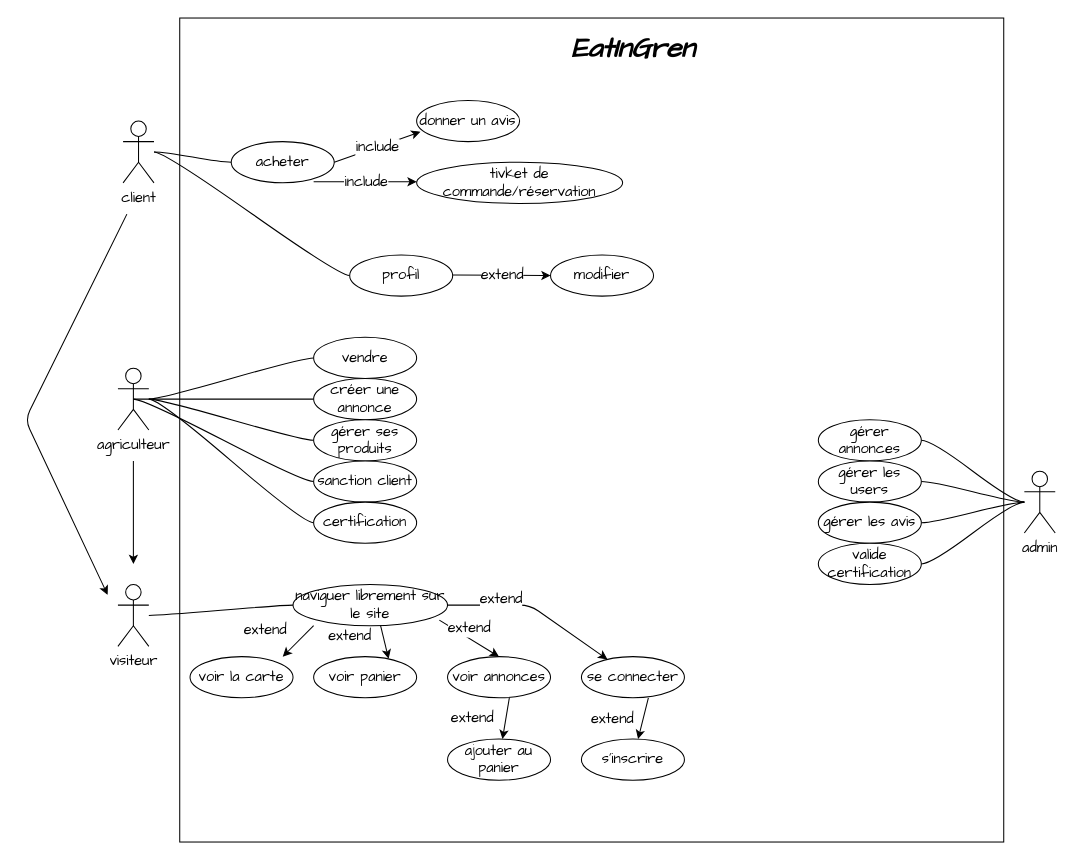
Earlier version of the draw.io diagram docs/uml/DiagrammeUML.drawio (MathisJANKOVIC/EatInGreen). Source tidied: cells renumbered, new cells numbered last; positions are measured from the earlier drawing's top-left corner, leaving out a move shared by most shapes. Both pictures are drawn from the tidied source at 103%, with x=0, y=0 at pixel (25, 18).
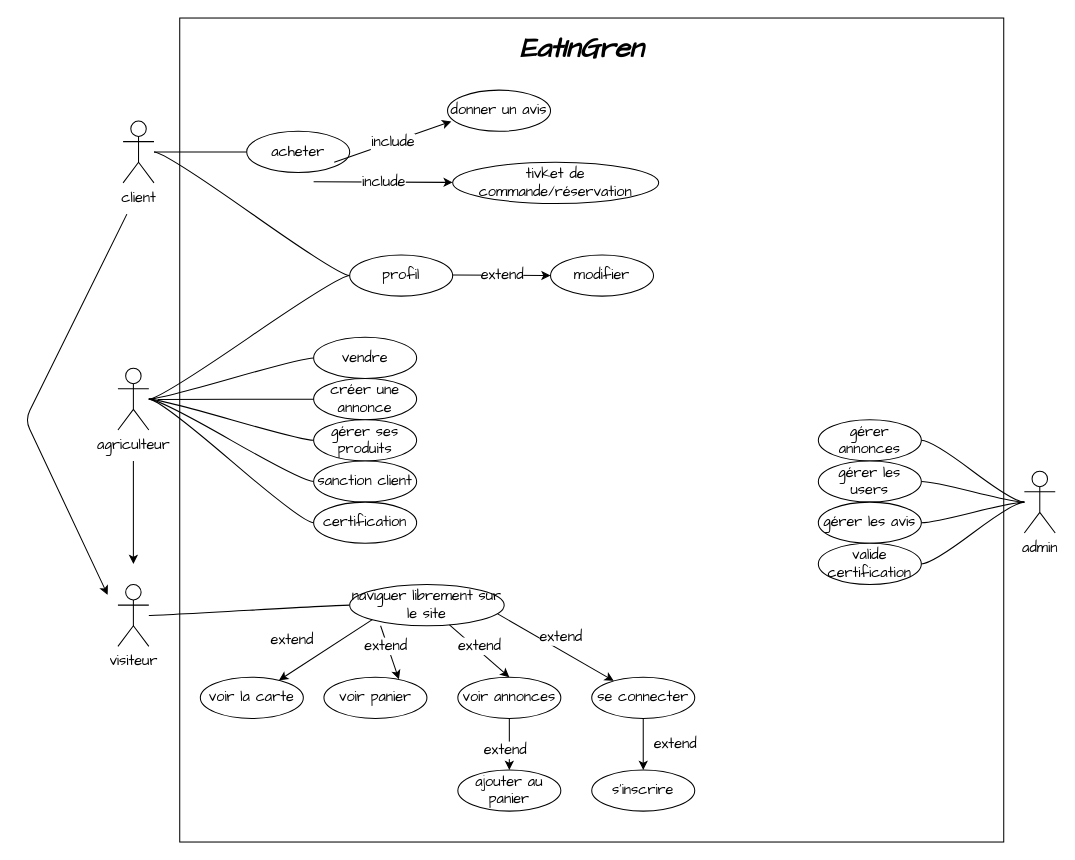
After the change.

Commit message:
error fix on the UML diagramme

The change refers to these unchanged cells:
```xml
<mxCell id="6" value="agriculteur" style="shape=umlActor;verticalLabelPosition=bottom;verticalAlign=top;html=1;outlineConnect=0;fontFamily=Comic Sans MS;fontSize=14;" parent="1" vertex="1">
  <mxGeometry x="90" y="340" width="30" height="60" as="geometry" />
</mxCell>
<mxCell id="17" value="profil" style="ellipse;whiteSpace=wrap;html=1;align=center;newEdgeStyle={&quot;edgeStyle&quot;:&quot;entityRelationEdgeStyle&quot;,&quot;startArrow&quot;:&quot;none&quot;,&quot;endArrow&quot;:&quot;none&quot;,&quot;segment&quot;:10,&quot;curved&quot;:1,&quot;sourcePerimeterSpacing&quot;:0,&quot;targetPerimeterSpacing&quot;:0};fontFamily=Comic Sans MS;fontSize=14;" parent="1" vertex="1">
  <mxGeometry x="315" y="230" width="100" height="40" as="geometry" />
</mxCell>
<mxCell id="24" value="créer une annonce" style="ellipse;whiteSpace=wrap;html=1;align=center;newEdgeStyle={&quot;edgeStyle&quot;:&quot;entityRelationEdgeStyle&quot;,&quot;startArrow&quot;:&quot;none&quot;,&quot;endArrow&quot;:&quot;none&quot;,&quot;segment&quot;:10,&quot;curved&quot;:1,&quot;sourcePerimeterSpacing&quot;:0,&quot;targetPerimeterSpacing&quot;:0};fontFamily=Comic Sans MS;fontSize=14;" parent="1" vertex="1">
  <mxGeometry x="280" y="350" width="100" height="40" as="geometry" />
</mxCell>
<mxCell id="28" value="sanction client" style="ellipse;whiteSpace=wrap;html=1;align=center;newEdgeStyle={&quot;edgeStyle&quot;:&quot;entityRelationEdgeStyle&quot;,&quot;startArrow&quot;:&quot;none&quot;,&quot;endArrow&quot;:&quot;none&quot;,&quot;segment&quot;:10,&quot;curved&quot;:1,&quot;sourcePerimeterSpacing&quot;:0,&quot;targetPerimeterSpacing&quot;:0};fontFamily=Comic Sans MS;fontSize=14;" parent="1" vertex="1">
  <mxGeometry x="280" y="430" width="100" height="40" as="geometry" />
</mxCell>
<mxCell id="41" style="endArrow=classic;html=1;fontFamily=Comic Sans MS;fontSize=14;entryX=0.728;entryY=0.05;entryDx=0;entryDy=0;entryPerimeter=0;" parent="1" edge="1" target="34">
  <mxGeometry relative="1" as="geometry">
    <mxPoint x="345" y="590" as="sourcePoint" />
  </mxGeometry>
</mxCell>
```

Diff of the diagram source:
```diff
@@
     <mxCell id="9" value="acheter" style="ellipse;whiteSpace=wrap;html=1;align=center;newEdgeStyle={&quot;edgeStyle&quot;:&quot;entityRelationEdgeStyle&quot;,&quot;startArrow&quot;:&quot;none&quot;,&quot;endArrow&quot;:&quot;none&quot;,&quot;segment&quot;:10,&quot;curved&quot;:1,&quot;sourcePerimeterSpacing&quot;:0,&quot;targetPerimeterSpacing&quot;:0};fontFamily=Comic Sans MS;fontSize=14;" parent="1" vertex="1">
-      <mxGeometry x="200" y="120" width="100" height="40" as="geometry" />
+      <mxGeometry x="215" y="110" width="100" height="40" as="geometry" />
     </mxCell>
     <mxCell id="10" value="donner un avis" style="ellipse;whiteSpace=wrap;html=1;align=center;newEdgeStyle={&quot;edgeStyle&quot;:&quot;entityRelationEdgeStyle&quot;,&quot;startArrow&quot;:&quot;none&quot;,&quot;endArrow&quot;:&quot;none&quot;,&quot;segment&quot;:10,&quot;curved&quot;:1,&quot;sourcePerimeterSpacing&quot;:0,&quot;targetPerimeterSpacing&quot;:0};fontFamily=Comic Sans MS;fontSize=14;" parent="1" vertex="1">
-      <mxGeometry x="380" y="80" width="100" height="40" as="geometry" />
+      <mxGeometry x="410" y="70" width="100" height="40" as="geometry" />
     </mxCell>
     <mxCell id="11" value="tivket de commande/réservation" style="ellipse;whiteSpace=wrap;html=1;align=center;newEdgeStyle={&quot;edgeStyle&quot;:&quot;entityRelationEdgeStyle&quot;,&quot;startArrow&quot;:&quot;none&quot;,&quot;endArrow&quot;:&quot;none&quot;,&quot;segment&quot;:10,&quot;curved&quot;:1,&quot;sourcePerimeterSpacing&quot;:0,&quot;targetPerimeterSpacing&quot;:0};fontFamily=Comic Sans MS;fontSize=14;" parent="1" vertex="1">
-      <mxGeometry x="380" y="140" width="200" height="40" as="geometry" />
+      <mxGeometry x="415" y="140" width="200" height="40" as="geometry" />
     </mxCell>
@@
-    <mxCell id="14" style="endArrow=classic;html=1;fontFamily=Comic Sans MS;fontSize=14;" parent="1" edge="1">
+    <mxCell id="14" style="endArrow=classic;html=1;fontFamily=Comic Sans MS;fontSize=14;" parent="1" edge="1" target="11">
       <mxGeometry relative="1" as="geometry">
         <mxPoint x="280" y="159" as="sourcePoint" />
-        <mxPoint x="380" y="159" as="targetPoint" />
       </mxGeometry>
     </mxCell>
@@
+    <mxCell id="61" style="edgeStyle=entityRelationEdgeStyle;html=1;startArrow=none;endArrow=none;segment=10;curved=1;sourcePerimeterSpacing=0;targetPerimeterSpacing=0;exitX=0;exitY=0.5;exitDx=0;exitDy=0;fontFamily=Comic Sans MS;fontSize=14;" parent="1" edge="1" source="17" target="6">
+      <mxGeometry relative="1" as="geometry" />
+    </mxCell>
@@
-    <mxCell id="23" style="edgeStyle=entityRelationEdgeStyle;html=1;startArrow=none;endArrow=none;segment=10;curved=1;sourcePerimeterSpacing=0;targetPerimeterSpacing=0;exitX=0;exitY=0.5;exitDx=0;exitDy=0;entryX=0.5;entryY=0.5;entryDx=0;entryDy=0;entryPerimeter=0;fontFamily=Comic Sans MS;fontSize=14;" parent="1" edge="1" source="24" target="6">
-      <mxGeometry relative="1" as="geometry" />
-    </mxCell>
+    <mxCell id="62" style="edgeStyle=entityRelationEdgeStyle;html=1;startArrow=none;endArrow=none;segment=10;curved=1;sourcePerimeterSpacing=0;targetPerimeterSpacing=0;exitX=0;exitY=0.5;exitDx=0;exitDy=0;fontFamily=Comic Sans MS;fontSize=14;" parent="1" edge="1" source="24">
+      <mxGeometry relative="1" as="geometry">
+        <mxPoint x="130" y="370.3" as="targetPoint" />
+      </mxGeometry>
+    </mxCell>
@@
-    <mxCell id="27" style="edgeStyle=entityRelationEdgeStyle;html=1;startArrow=none;endArrow=none;segment=10;curved=1;sourcePerimeterSpacing=0;targetPerimeterSpacing=0;exitX=0;exitY=0.5;exitDx=0;exitDy=0;entryX=0.5;entryY=0.5;entryDx=0;entryDy=0;entryPerimeter=0;fontFamily=Comic Sans MS;fontSize=14;" parent="1" edge="1" source="28" target="6">
+    <mxCell id="27" style="edgeStyle=entityRelationEdgeStyle;html=1;startArrow=none;endArrow=none;segment=10;curved=1;sourcePerimeterSpacing=0;targetPerimeterSpacing=0;exitX=0;exitY=0.5;exitDx=0;exitDy=0;fontFamily=Comic Sans MS;fontSize=14;" parent="1" edge="1" source="28" target="6">
       <mxGeometry relative="1" as="geometry" />
     </mxCell>
@@
     <mxCell id="32" value="naviguer librement sur le site" style="ellipse;whiteSpace=wrap;html=1;align=center;newEdgeStyle={&quot;edgeStyle&quot;:&quot;entityRelationEdgeStyle&quot;,&quot;startArrow&quot;:&quot;none&quot;,&quot;endArrow&quot;:&quot;none&quot;,&quot;segment&quot;:10,&quot;curved&quot;:1,&quot;sourcePerimeterSpacing&quot;:0,&quot;targetPerimeterSpacing&quot;:0};fontFamily=Comic Sans MS;fontSize=14;" parent="1" vertex="1">
-      <mxGeometry x="260" y="550" width="150" height="40" as="geometry" />
+      <mxGeometry x="315" y="550" width="150" height="40" as="geometry" />
     </mxCell>
     <mxCell id="33" value="voir la carte" style="ellipse;whiteSpace=wrap;html=1;align=center;newEdgeStyle={&quot;edgeStyle&quot;:&quot;entityRelationEdgeStyle&quot;,&quot;startArrow&quot;:&quot;none&quot;,&quot;endArrow&quot;:&quot;none&quot;,&quot;segment&quot;:10,&quot;curved&quot;:1,&quot;sourcePerimeterSpacing&quot;:0,&quot;targetPerimeterSpacing&quot;:0};fontFamily=Comic Sans MS;fontSize=14;" parent="1" vertex="1">
-      <mxGeometry x="160" y="620" width="100" height="40" as="geometry" />
+      <mxGeometry x="170" y="640" width="100" height="40" as="geometry" />
     </mxCell>
     <mxCell id="34" value="voir panier" style="ellipse;whiteSpace=wrap;html=1;align=center;newEdgeStyle={&quot;edgeStyle&quot;:&quot;entityRelationEdgeStyle&quot;,&quot;startArrow&quot;:&quot;none&quot;,&quot;endArrow&quot;:&quot;none&quot;,&quot;segment&quot;:10,&quot;curved&quot;:1,&quot;sourcePerimeterSpacing&quot;:0,&quot;targetPerimeterSpacing&quot;:0};fontFamily=Comic Sans MS;fontSize=14;" parent="1" vertex="1">
-      <mxGeometry x="280" y="620" width="100" height="40" as="geometry" />
+      <mxGeometry x="290" y="640" width="100" height="40" as="geometry" />
     </mxCell>
-    <mxCell id="35" value="voir annonces" style="ellipse;whiteSpace=wrap;html=1;align=center;newEdgeStyle={&quot;edgeStyle&quot;:&quot;entityRelationEdgeStyle&quot;,&quot;startArrow&quot;:&quot;none&quot;,&quot;endArrow&quot;:&quot;none&quot;,&quot;segment&quot;:10,&quot;curved&quot;:1,&quot;sourcePerimeterSpacing&quot;:0,&quot;targetPerimeterSpacing&quot;:0};fontFamily=Comic Sans MS;fontSize=14;" parent="1" vertex="1">
-      <mxGeometry x="410" y="620" width="100" height="40" as="geometry" />
-    </mxCell>
     <mxCell id="36" value="ajouter au panier" style="ellipse;whiteSpace=wrap;html=1;align=center;newEdgeStyle={&quot;edgeStyle&quot;:&quot;entityRelationEdgeStyle&quot;,&quot;startArrow&quot;:&quot;none&quot;,&quot;endArrow&quot;:&quot;none&quot;,&quot;segment&quot;:10,&quot;curved&quot;:1,&quot;sourcePerimeterSpacing&quot;:0,&quot;targetPerimeterSpacing&quot;:0};fontFamily=Comic Sans MS;fontSize=14;" parent="1" vertex="1">
-      <mxGeometry x="410" y="700" width="100" height="40" as="geometry" />
+      <mxGeometry x="420" y="730" width="100" height="40" as="geometry" />
     </mxCell>
-    <mxCell id="37" value="se connecter" style="ellipse;whiteSpace=wrap;html=1;align=center;newEdgeStyle={&quot;edgeStyle&quot;:&quot;entityRelationEdgeStyle&quot;,&quot;startArrow&quot;:&quot;none&quot;,&quot;endArrow&quot;:&quot;none&quot;,&quot;segment&quot;:10,&quot;curved&quot;:1,&quot;sourcePerimeterSpacing&quot;:0,&quot;targetPerimeterSpacing&quot;:0};fontFamily=Comic Sans MS;fontSize=14;" parent="1" vertex="1">
-      <mxGeometry x="540" y="620" width="100" height="40" as="geometry" />
-    </mxCell>
     <mxCell id="38" value="s'inscrire" style="ellipse;whiteSpace=wrap;html=1;align=center;newEdgeStyle={&quot;edgeStyle&quot;:&quot;entityRelationEdgeStyle&quot;,&quot;startArrow&quot;:&quot;none&quot;,&quot;endArrow&quot;:&quot;none&quot;,&quot;segment&quot;:10,&quot;curved&quot;:1,&quot;sourcePerimeterSpacing&quot;:0,&quot;targetPerimeterSpacing&quot;:0};fontFamily=Comic Sans MS;fontSize=14;" parent="1" vertex="1">
-      <mxGeometry x="540" y="700" width="100" height="40" as="geometry" />
+      <mxGeometry x="550" y="730" width="100" height="40" as="geometry" />
     </mxCell>
-    <mxCell id="39" style="endArrow=classic;html=1;fontFamily=Comic Sans MS;fontSize=14;" parent="1" edge="1">
-      <mxGeometry relative="1" as="geometry">
-        <mxPoint x="280" y="590" as="sourcePoint" />
-        <mxPoint x="250" y="620" as="targetPoint" />
-      </mxGeometry>
+    <mxCell id="39" style="endArrow=classic;html=1;fontFamily=Comic Sans MS;fontSize=14;exitX=0;exitY=1;exitDx=0;exitDy=0;" parent="1" edge="1" source="32" target="33">
+      <mxGeometry relative="1" as="geometry" />
     </mxCell>
@@
     <mxCell id="42" value="extend" style="edgeLabel;html=1;align=center;verticalAlign=middle;fontFamily=Comic Sans MS;fontSize=14;" parent="41" vertex="1">
       <mxGeometry relative="1" as="geometry">
-        <mxPoint x="-34" y="-6" as="offset" />
+        <mxPoint x="-4" y="-6" as="offset" />
       </mxGeometry>
     </mxCell>
-    <mxCell id="43" style="endArrow=classic;html=1;fontFamily=Comic Sans MS;fontSize=14;entryX=0.5;entryY=0;entryDx=0;entryDy=0;exitX=0.947;exitY=0.863;exitDx=0;exitDy=0;exitPerimeter=0;" parent="1" edge="1" source="32" target="35">
+    <mxCell id="43" style="endArrow=classic;html=1;fontFamily=Comic Sans MS;fontSize=14;entryX=0.5;entryY=0;entryDx=0;entryDy=0;" parent="1" edge="1" source="32" target="35">
       <mxGeometry relative="1" as="geometry" />
     </mxCell>
     <mxCell id="44" value="extend" style="edgeLabel;html=1;align=center;verticalAlign=middle;fontFamily=Comic Sans MS;fontSize=14;" parent="43" vertex="1">
       <mxGeometry relative="1" as="geometry">
-        <mxPoint x="-1" y="-10" as="offset" />
+        <mxPoint x="-1" y="-5" as="offset" />
       </mxGeometry>
     </mxCell>
-    <mxCell id="45" style="endArrow=classic;html=1;fontFamily=Comic Sans MS;fontSize=14;" parent="1" edge="1" source="32" target="37">
-      <mxGeometry relative="1" as="geometry">
-        <Array as="points">
-          <mxPoint x="490" y="570" />
-        </Array>
-      </mxGeometry>
+    <mxCell id="45" style="endArrow=classic;html=1;fontFamily=Comic Sans MS;fontSize=14;exitX=0.958;exitY=0.713;exitDx=0;exitDy=0;exitPerimeter=0;" parent="1" edge="1" source="32" target="37">
+      <mxGeometry relative="1" as="geometry" />
     </mxCell>
     <mxCell id="46" value="extend" style="edgeLabel;html=1;align=center;verticalAlign=middle;fontFamily=Comic Sans MS;fontSize=14;" parent="45" vertex="1">
       <mxGeometry relative="1" as="geometry">
-        <mxPoint x="-33" y="-10" as="offset" />
+        <mxPoint x="5" y="-11" as="offset" />
       </mxGeometry>
     </mxCell>
-    <mxCell id="47" style="endArrow=classic;html=1;fontFamily=Comic Sans MS;fontSize=14;" parent="1" edge="1" target="36">
-      <mxGeometry relative="1" as="geometry">
-        <mxPoint x="470" y="660" as="sourcePoint" />
-      </mxGeometry>
+    <mxCell id="47" style="endArrow=classic;html=1;fontFamily=Comic Sans MS;fontSize=14;startArrow=none;" parent="1" edge="1" source="35" target="36">
+      <mxGeometry relative="1" as="geometry" />
     </mxCell>
-    <mxCell id="48" value="extend" style="edgeLabel;html=1;align=center;verticalAlign=middle;fontFamily=Comic Sans MS;fontSize=14;" parent="47" vertex="1">
-      <mxGeometry relative="1" as="geometry">
-        <mxPoint x="-33" as="offset" />
-      </mxGeometry>
-    </mxCell>
-    <mxCell id="49" style="endArrow=classic;html=1;fontFamily=Comic Sans MS;fontSize=14;" parent="1" edge="1" target="38">
-      <mxGeometry relative="1" as="geometry">
-        <mxPoint x="605" y="660" as="sourcePoint" />
-      </mxGeometry>
-    </mxCell>
-    <mxCell id="50" value="extend" style="edgeLabel;html=1;align=center;verticalAlign=middle;fontFamily=Comic Sans MS;fontSize=14;" parent="49" vertex="1">
-      <mxGeometry relative="1" as="geometry">
-        <mxPoint x="-30" as="offset" />
-      </mxGeometry>
-    </mxCell>
@@
     <mxCell id="60" value="EatInGren" style="text;strokeColor=none;fillColor=none;html=1;fontSize=27;fontStyle=3;verticalAlign=middle;align=center;fontFamily=Comic Sans MS;" parent="1" vertex="1">
-      <mxGeometry x="540" y="10" width="100" height="40" as="geometry" />
+      <mxGeometry x="490" y="10" width="100" height="40" as="geometry" />
     </mxCell>
+    <mxCell id="63" style="endArrow=none;html=1;fontFamily=Comic Sans MS;fontSize=14;" parent="1" edge="1" target="35">
+      <mxGeometry relative="1" as="geometry">
+        <mxPoint x="470" y="660" as="sourcePoint" />
+      </mxGeometry>
+    </mxCell>
+    <mxCell id="64" value="extend" style="edgeLabel;html=1;align=center;verticalAlign=middle;fontFamily=Comic Sans MS;fontSize=14;" parent="63" vertex="1">
+      <mxGeometry relative="1" as="geometry">
+        <mxPoint x="-5" y="50" as="offset" />
+      </mxGeometry>
+    </mxCell>
+    <mxCell id="35" value="voir annonces" style="ellipse;whiteSpace=wrap;html=1;align=center;newEdgeStyle={&quot;edgeStyle&quot;:&quot;entityRelationEdgeStyle&quot;,&quot;startArrow&quot;:&quot;none&quot;,&quot;endArrow&quot;:&quot;none&quot;,&quot;segment&quot;:10,&quot;curved&quot;:1,&quot;sourcePerimeterSpacing&quot;:0,&quot;targetPerimeterSpacing&quot;:0};fontFamily=Comic Sans MS;fontSize=14;" parent="1" vertex="1">
+      <mxGeometry x="420" y="640" width="100" height="40" as="geometry" />
+    </mxCell>
+    <mxCell id="37" value="se connecter" style="ellipse;whiteSpace=wrap;html=1;align=center;newEdgeStyle={&quot;edgeStyle&quot;:&quot;entityRelationEdgeStyle&quot;,&quot;startArrow&quot;:&quot;none&quot;,&quot;endArrow&quot;:&quot;none&quot;,&quot;segment&quot;:10,&quot;curved&quot;:1,&quot;sourcePerimeterSpacing&quot;:0,&quot;targetPerimeterSpacing&quot;:0};fontFamily=Comic Sans MS;fontSize=14;" parent="1" vertex="1">
+      <mxGeometry x="550" y="640" width="100" height="40" as="geometry" />
+    </mxCell>
+    <mxCell id="65" style="endArrow=classic;html=1;fontFamily=Comic Sans MS;fontSize=26;" parent="1" edge="1" source="37" target="38">
+      <mxGeometry relative="1" as="geometry" />
+    </mxCell>
+    <mxCell id="66" value="&lt;span style=&quot;font-size: 14px;&quot;&gt;extend&lt;/span&gt;" style="edgeLabel;html=1;align=center;verticalAlign=middle;fontFamily=Comic Sans MS;fontSize=26;" parent="65" vertex="1">
+      <mxGeometry relative="1" as="geometry">
+        <mxPoint x="30" y="-5" as="offset" />
+      </mxGeometry>
+    </mxCell>
```
